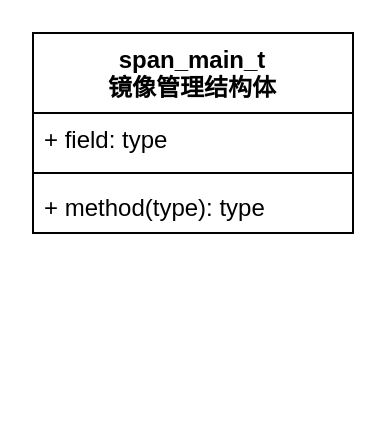
Above: new_map/vpp-span.drawio in jin13417/dpdk-vpp-learning (draw.io), before the change. Source tidied: cells renumbered, new cells numbered last; positions are measured from the earlier drawing's top-left corner, leaving out a move shared by most shapes. Both pictures are drawn from the tidied source at 200%, with x=0, y=0 at pixel (32, 32).
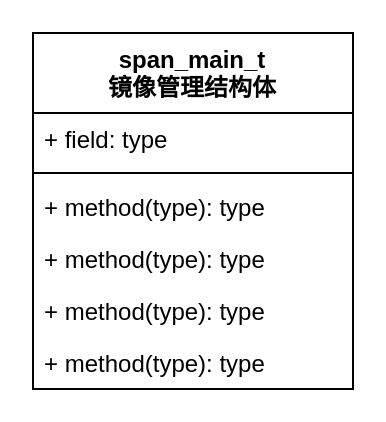
The same diagram, later.

The edit, as a diff of the source:
```diff
@@
 <mxGraphModel>
   <root>
     <mxCell id="0" />
     <mxCell id="1" parent="0" />
     <mxCell id="2" value="span_main_t&#10;镜像管理结构体" style="swimlane;fontStyle=1;align=center;verticalAlign=top;horizontal=1;startSize=40;" parent="1" vertex="1">
-      <mxGeometry width="160" height="100" as="geometry" />
+      <mxGeometry width="160" height="178" as="geometry" />
     </mxCell>
     <mxCell id="3" value="+ field: type" style="text;strokeColor=none;fillColor=none;align=left;verticalAlign=top;spacingLeft=4;spacingRight=4;overflow=hidden;" parent="2" vertex="1">
       <mxGeometry y="40" width="160" height="26" as="geometry" />
     </mxCell>
     <mxCell id="4" style="line;strokeWidth=1;fillColor=none;align=left;verticalAlign=middle;spacingTop=-1;spacingLeft=3;spacingRight=3;labelPosition=right;" parent="2" vertex="1">
       <mxGeometry y="66" width="160" height="8" as="geometry" />
     </mxCell>
     <mxCell id="5" value="+ method(type): type" style="text;strokeColor=none;fillColor=none;align=left;verticalAlign=top;spacingLeft=4;spacingRight=4;overflow=hidden;" parent="2" vertex="1">
       <mxGeometry y="74" width="160" height="26" as="geometry" />
     </mxCell>
+    <mxCell id="6" value="+ method(type): type" style="text;strokeColor=none;fillColor=none;align=left;verticalAlign=top;spacingLeft=4;spacingRight=4;overflow=hidden;" parent="2" vertex="1">
+      <mxGeometry y="100" width="160" height="26" as="geometry" />
+    </mxCell>
+    <mxCell id="7" value="+ method(type): type" style="text;strokeColor=none;fillColor=none;align=left;verticalAlign=top;spacingLeft=4;spacingRight=4;overflow=hidden;" parent="2" vertex="1">
+      <mxGeometry y="126" width="160" height="26" as="geometry" />
+    </mxCell>
+    <mxCell id="8" value="+ method(type): type" style="text;strokeColor=none;fillColor=none;align=left;verticalAlign=top;spacingLeft=4;spacingRight=4;overflow=hidden;" parent="2" vertex="1">
+      <mxGeometry y="152" width="160" height="26" as="geometry" />
+    </mxCell>
   </root>
 </mxGraphModel>
```
